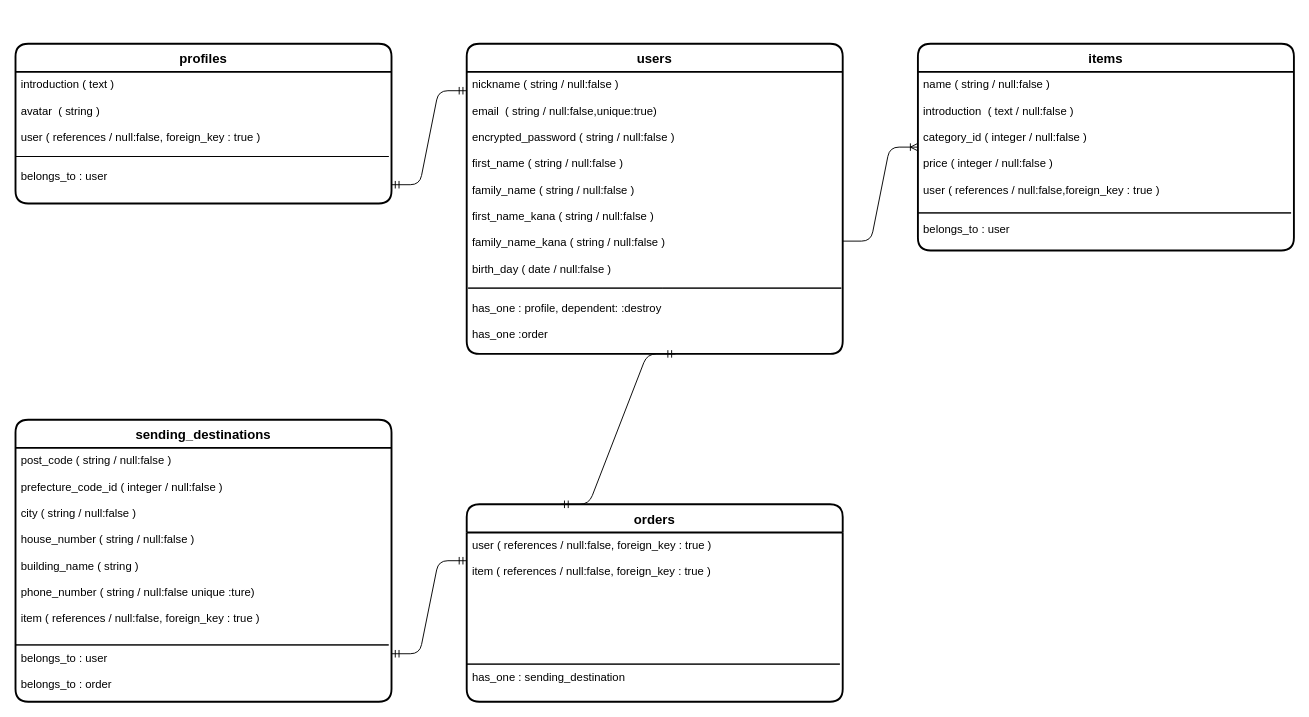
This is furima.dio from kisoji/furima-33040, a draw.io file, before an edit. Source tidied: cells renumbered, new cells numbered last; positions are measured from the earlier drawing's top-left corner, leaving out a move shared by most shapes. Both pictures are drawn from the tidied source at 94%, with x=0, y=0 at pixel (15, 43).
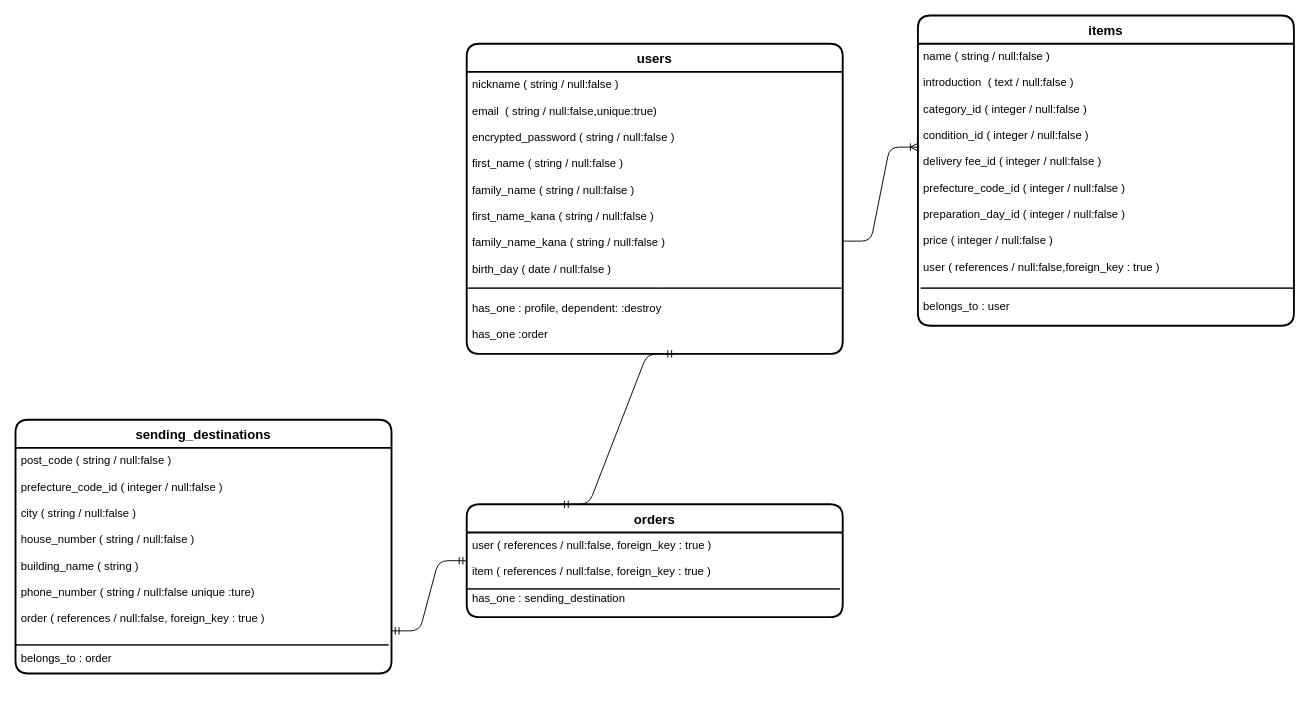
The same diagram, later.

Commit message (it also covers changes not shown here):
ER図、README作成 #4

The edit, as a diff of the source:
```diff
@@
-    <mxCell id="6" value="profiles" style="swimlane;horizontal=1;startSize=30;rounded=1;fontSize=14;fontStyle=1;strokeWidth=2;shadow=0;dashed=0;align=center;" parent="1" vertex="1">
-      <mxGeometry width="400" height="170" as="geometry" />
-    </mxCell>
-    <mxCell id="7" style="endArrow=none;html=1;rounded=0;fontSize=18;" parent="6" edge="1">
-      <mxGeometry relative="1" as="geometry">
-        <mxPoint x="397" y="120" as="sourcePoint" />
-        <mxPoint x="397" y="120" as="targetPoint" />
-        <Array as="points">
-          <mxPoint y="120" />
-        </Array>
-      </mxGeometry>
-    </mxCell>
-    <mxCell id="8" value="introduction ( text )&#10;&#10;avatar  ( string )&#10;&#10;user ( references / null:false, foreign_key : true )&#10;&#10;&#10;belongs_to : user&#10;&#10;&#10;" style="align=left;strokeColor=none;fillColor=none;spacingLeft=4;fontSize=12;verticalAlign=top;" parent="6" vertex="1">
-      <mxGeometry y="30" width="400" height="140" as="geometry" />
-    </mxCell>
     <mxCell id="9" value="items" style="swimlane;horizontal=1;startSize=30;rounded=1;fontSize=14;fontStyle=1;strokeWidth=2;shadow=0;dashed=0;align=center;" parent="1" vertex="1">
-      <mxGeometry x="960" width="400" height="220" as="geometry" />
+      <mxGeometry x="960" y="-30" width="400" height="330" as="geometry" />
     </mxCell>
+    <mxCell id="11" value="name ( string / null:false )&#10;&#10;introduction  ( text / null:false )&#10;&#10;category_id ( integer / null:false )&#10;&#10;condition_id ( integer / null:false )&#10;&#10;delivery fee_id ( integer / null:false )&#10;&#10;prefecture_code_id ( integer / null:false )&#10;&#10;preparation_day_id ( integer / null:false )&#10;&#10;price ( integer / null:false )&#10;&#10;user ( references / null:false,foreign_key : true )&#10;&#10; &#10;belongs_to : user&#10;&#10;&#10;&#10;&#10;&#10;" style="align=left;strokeColor=none;fillColor=none;spacingLeft=4;fontSize=12;verticalAlign=top;" parent="9" vertex="1">
+      <mxGeometry y="30" width="400" height="300" as="geometry" />
+    </mxCell>
     <mxCell id="10" style="endArrow=none;html=1;rounded=0;fontSize=18;" parent="9" edge="1">
       <mxGeometry relative="1" as="geometry">
-        <mxPoint x="397" y="180" as="sourcePoint" />
-        <mxPoint x="397" y="180" as="targetPoint" />
+        <mxPoint x="400" y="290" as="sourcePoint" />
+        <mxPoint x="400" y="290" as="targetPoint" />
         <Array as="points">
-          <mxPoint y="180" />
+          <mxPoint x="3" y="290" />
         </Array>
       </mxGeometry>
     </mxCell>
-    <mxCell id="11" value="name ( string / null:false )&#10;&#10;introduction  ( text / null:false )&#10;&#10;category_id ( integer / null:false )&#10;&#10;price ( integer / null:false )&#10;&#10;user ( references / null:false,foreign_key : true )&#10;&#10; &#10;belongs_to : user&#10;&#10;&#10;&#10;&#10;&#10;" style="align=left;strokeColor=none;fillColor=none;spacingLeft=4;fontSize=12;verticalAlign=top;" parent="9" vertex="1">
-      <mxGeometry y="30" width="400" height="190" as="geometry" />
-    </mxCell>
     <mxCell id="12" value="sending_destinations" style="swimlane;horizontal=1;startSize=30;rounded=1;fontSize=14;fontStyle=1;strokeWidth=2;shadow=0;dashed=0;align=center;" parent="1" vertex="1">
-      <mxGeometry y="400" width="400" height="300" as="geometry" />
+      <mxGeometry y="400" width="400" height="270" as="geometry" />
     </mxCell>
@@
-    <mxCell id="14" value="post_code ( string / null:false )&#10;&#10;prefecture_code_id ( integer / null:false )&#10;&#10;city ( string / null:false )&#10;&#10;house_number ( string / null:false )&#10;&#10;building_name ( string )&#10;&#10;phone_number ( string / null:false unique :ture)&#10;&#10;item ( references / null:false, foreign_key : true )&#10;&#10;&#10;belongs_to : user&#10;&#10;belongs_to : order&#10;&#10;&#10;&#10;" style="align=left;strokeColor=none;fillColor=none;spacingLeft=4;fontSize=12;verticalAlign=top;" parent="12" vertex="1">
-      <mxGeometry y="30" width="400" height="270" as="geometry" />
+    <mxCell id="14" value="post_code ( string / null:false )&#10;&#10;prefecture_code_id ( integer / null:false )&#10;&#10;city ( string / null:false )&#10;&#10;house_number ( string / null:false )&#10;&#10;building_name ( string )&#10;&#10;phone_number ( string / null:false unique :ture)&#10;&#10;order ( references / null:false, foreign_key : true )&#10;&#10;&#10;belongs_to : order&#10;&#10;&#10;&#10;" style="align=left;strokeColor=none;fillColor=none;spacingLeft=4;fontSize=12;verticalAlign=top;" parent="12" vertex="1">
+      <mxGeometry y="30" width="400" height="240" as="geometry" />
     </mxCell>
     <mxCell id="15" value="orders" style="swimlane;horizontal=1;startSize=30;rounded=1;fontSize=14;fontStyle=1;strokeWidth=2;shadow=0;dashed=0;align=center;" parent="1" vertex="1">
-      <mxGeometry x="480" y="490" width="400" height="210" as="geometry" />
+      <mxGeometry x="480" y="490" width="400" height="120" as="geometry" />
     </mxCell>
+    <mxCell id="17" value="user ( references / null:false, foreign_key : true )&#10;&#10;item ( references / null:false, foreign_key : true )&#10;&#10;has_one : sending_destination&#10;&#10;&#10;" style="align=left;strokeColor=none;fillColor=none;spacingLeft=4;fontSize=12;verticalAlign=top;" parent="15" vertex="1">
+      <mxGeometry y="30" width="400" height="90" as="geometry" />
+    </mxCell>
     <mxCell id="16" style="endArrow=none;html=1;rounded=0;fontSize=18;" parent="15" edge="1">
       <mxGeometry relative="1" as="geometry">
-        <mxPoint x="397" y="170" as="sourcePoint" />
-        <mxPoint x="397" y="170" as="targetPoint" />
+        <mxPoint x="397" y="90" as="sourcePoint" />
+        <mxPoint x="397" y="90" as="targetPoint" />
         <Array as="points">
-          <mxPoint y="170" />
+          <mxPoint y="90" />
         </Array>
       </mxGeometry>
     </mxCell>
-    <mxCell id="17" value="user ( references / null:false, foreign_key : true )&#10;&#10;item ( references / null:false, foreign_key : true )&#10;&#10;&#10;&#10;&#10;&#10;&#10;&#10;has_one : sending_destination&#10;&#10;&#10;" style="align=left;strokeColor=none;fillColor=none;spacingLeft=4;fontSize=12;verticalAlign=top;" parent="15" vertex="1">
-      <mxGeometry y="30" width="400" height="180" as="geometry" />
-    </mxCell>
-    <mxCell id="18" style="edgeStyle=entityRelationEdgeStyle;fontSize=12;html=1;endArrow=ERmandOne;startArrow=ERmandOne;" parent="1" edge="1">
-      <mxGeometry relative="1" as="geometry">
-        <mxPoint x="400" y="150" as="sourcePoint" />
-        <mxPoint x="480" y="50" as="targetPoint" />
-      </mxGeometry>
-    </mxCell>
```
